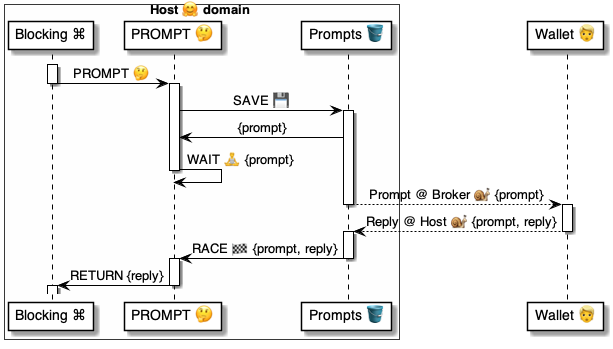
Before: 4 ⚙️ Solution/41 🎭 Domain Roles/Hosts 🤗/🤗⌘ Host cmds/PROMPT 🤔/🤔 PROMPT (block) ⚙️ uml.png, a diagram exported from PlantUML (pollyweb-org/pollyweb-docs). Its source is kept beside it as 4 ⚙️ Solution/41 🎭 Domain Roles/Hosts 🤗/🤗⌘ Host cmds/PROMPT 🤔/🤔 PROMPT (block) ⚙️ uml.puml.
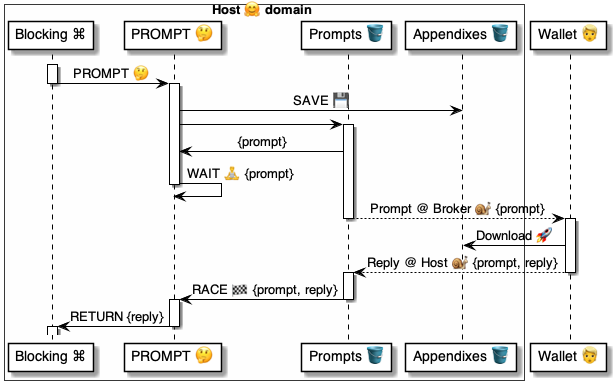
Above is the later version.

Change to the diagram source:
```diff
@@ -4,6 +4,7 @@
     participant "Blocking ⌘" as script
     participant "PROMPT 🤔" as PROMPT
     participant "Prompts 🪣" as table
+    participant "Appendixes 🪣" as appendixes
 end box
 participant "Wallet 👱" as wallet
 
@@ -13,7 +14,8 @@
 deactivate script
 
 activate PROMPT
-    PROMPT -> table: SAVE 💾
+    PROMPT -> appendixes: SAVE 💾
+    PROMPT -> table:
 
 activate table
     table -> PROMPT: {prompt}
@@ -24,6 +26,7 @@
 
 
 activate wallet
+    wallet -> appendixes: Download 🚀
     wallet --> table: Reply @ Host 🐌 {prompt, reply}
 deactivate wallet
 
```
